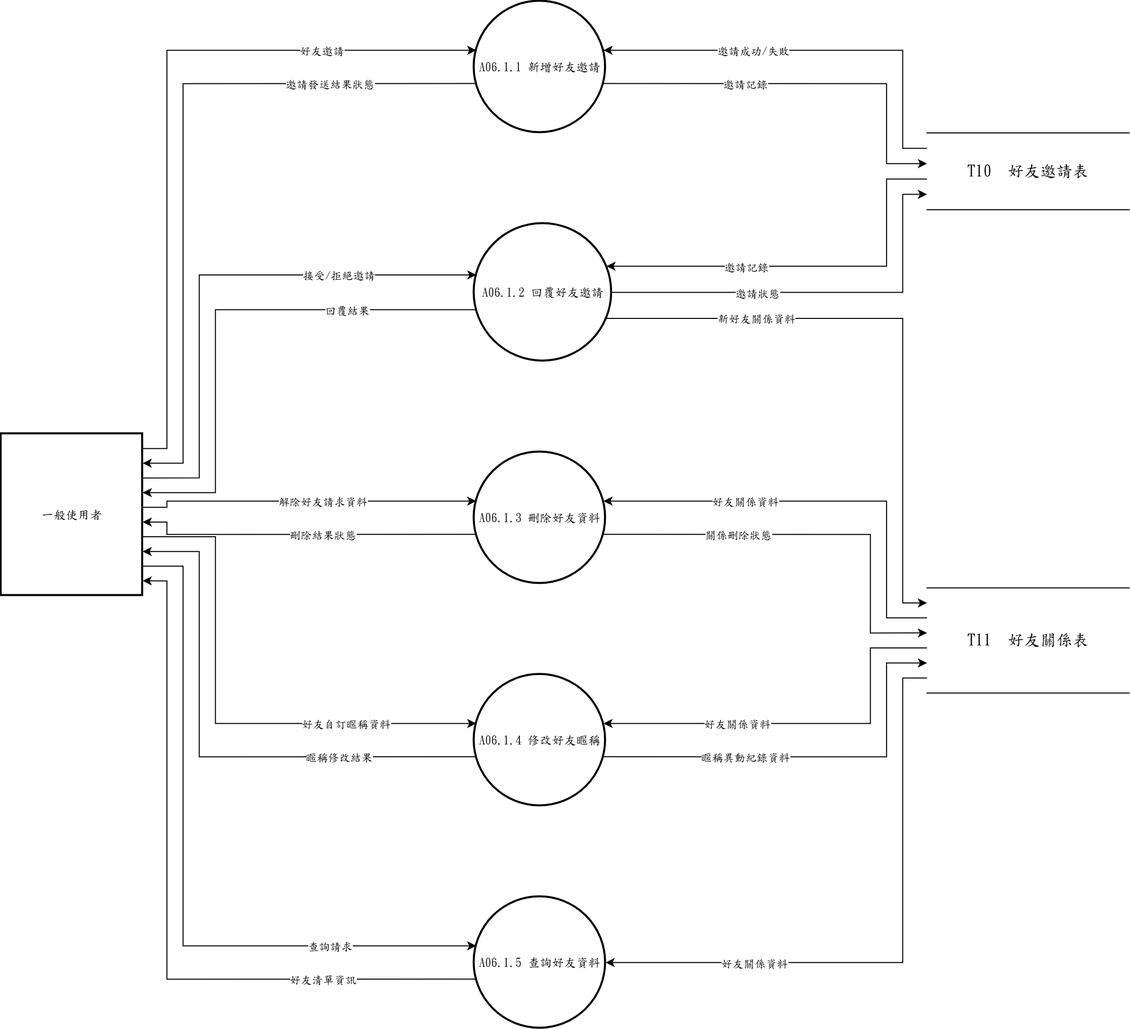
The draw.io diagram 系統文件/第6章/DFD圖/圖6/新/圖6-1.drawio.png in s22452007/115502, before a commit. Source tidied: cells renumbered, new cells last; positions are measured from the earlier drawing's top-left corner, leaving out a move shared by most shapes.
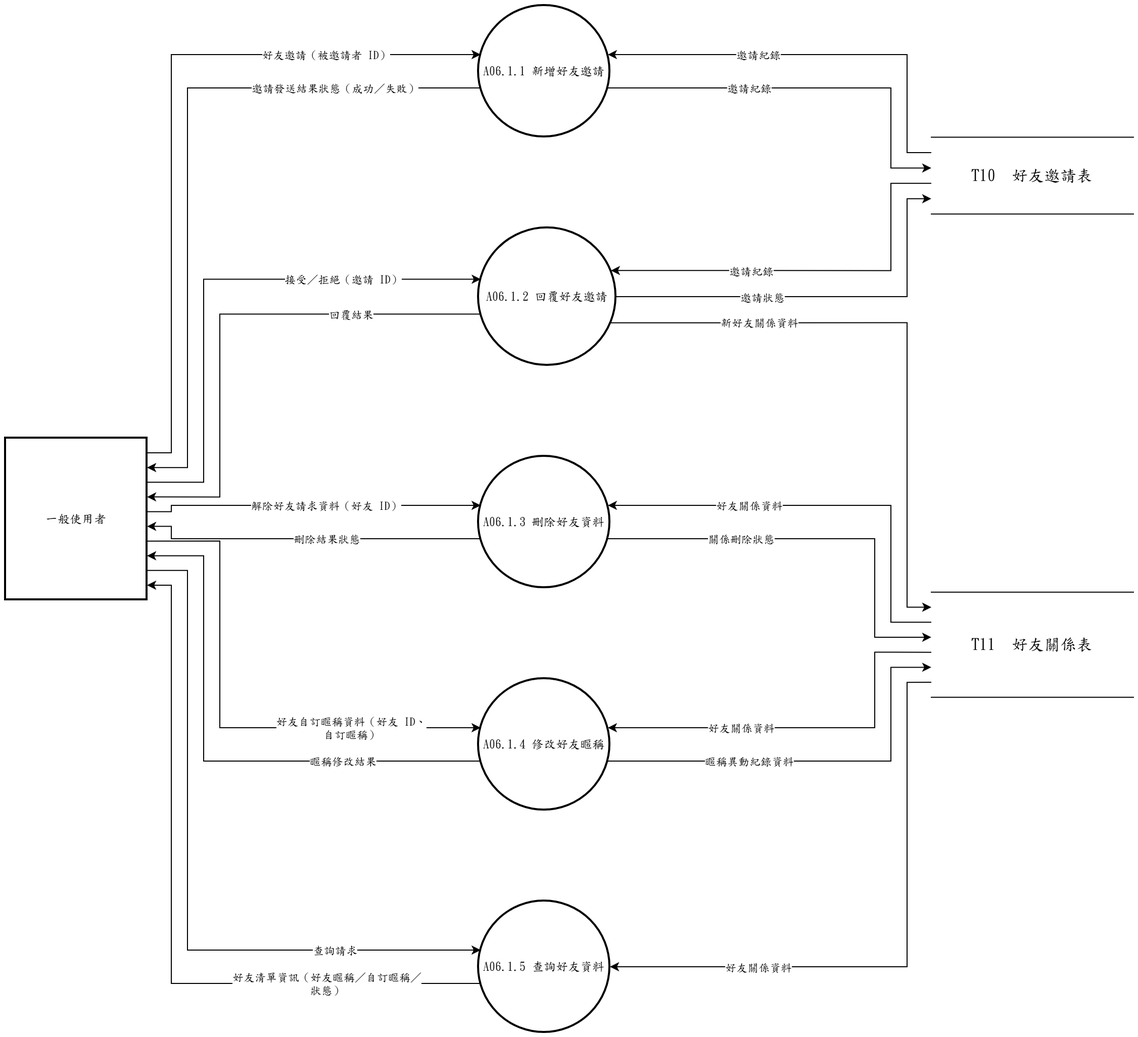
Above is the later version.

The edit, as a diff of the source:
```diff
@@ -34,7 +34,7 @@
         </Array>
       </mxGeometry>
     </mxCell>
-    <mxCell id="11" value="好友邀請" style="edgeLabel;html=1;align=center;verticalAlign=middle;fontFamily=標楷體;" parent="10" vertex="1">
+    <mxCell id="11" value="好友邀請（被邀請者 ID）" style="edgeLabel;html=1;align=center;verticalAlign=middle;fontFamily=標楷體;" parent="10" vertex="1">
       <mxGeometry x="0.58" relative="1" as="geometry" />
     </mxCell>
     <mxCell id="12" style="edgeStyle=none;rounded=0;html=1;fontFamily=標楷體;endArrow=classic;exitX=0.0000;exitY=0.2000;exitDx=0;exitDy=0;exitPerimeter=0;entryX=0.9837;entryY=0.3733;entryDx=0;entryDy=0;entryPerimeter=0;" parent="1" edge="1" source="8" target="2">
@@ -45,7 +45,7 @@
         </Array>
       </mxGeometry>
     </mxCell>
-    <mxCell id="13" value="邀請成功/失敗" style="edgeLabel;html=1;align=center;verticalAlign=middle;fontFamily=標楷體;" parent="12" vertex="1">
+    <mxCell id="13" value="邀請紀錄" style="edgeLabel;html=1;align=center;verticalAlign=middle;fontFamily=標楷體;" parent="12" vertex="1">
       <mxGeometry x="0.29" relative="1" as="geometry" />
     </mxCell>
     <mxCell id="14" style="edgeStyle=none;rounded=0;html=1;fontFamily=標楷體;endArrow=classic;exitX=0.0163;exitY=0.6267;exitDx=0;exitDy=0;exitPerimeter=0;entryX=1.0000;entryY=0.1818;entryDx=0;entryDy=0;entryPerimeter=0;" parent="1" edge="1" source="2" target="7">
@@ -56,7 +56,7 @@
         </Array>
       </mxGeometry>
     </mxCell>
-    <mxCell id="15" value="邀請發送結果狀態" style="edgeLabel;html=1;align=center;verticalAlign=middle;fontFamily=標楷體;" parent="14" vertex="1">
+    <mxCell id="15" value="邀請發送結果狀態（成功／失敗）" style="edgeLabel;html=1;align=center;verticalAlign=middle;fontFamily=標楷體;" parent="14" vertex="1">
       <mxGeometry x="-0.59" relative="1" as="geometry" />
     </mxCell>
     <mxCell id="16" style="edgeStyle=none;rounded=0;html=1;fontFamily=標楷體;endArrow=classic;exitX=0.9837;exitY=0.6267;exitDx=0;exitDy=0;exitPerimeter=0;entryX=0.0000;entryY=0.4000;entryDx=0;entryDy=0;entryPerimeter=0;" parent="1" edge="1" source="2" target="8">
@@ -67,7 +67,7 @@
         </Array>
       </mxGeometry>
     </mxCell>
-    <mxCell id="17" value="邀請記錄" style="edgeLabel;html=1;align=center;verticalAlign=middle;fontFamily=標楷體;" parent="16" vertex="1">
+    <mxCell id="17" value="邀請紀錄" style="edgeLabel;html=1;align=center;verticalAlign=middle;fontFamily=標楷體;" parent="16" vertex="1">
       <mxGeometry x="-0.3" relative="1" as="geometry" />
     </mxCell>
     <mxCell id="18" style="edgeStyle=none;rounded=0;html=1;fontFamily=標楷體;endArrow=classic;exitX=1.0000;exitY=0.2727;exitDx=0;exitDy=0;exitPerimeter=0;entryX=0.0163;entryY=0.3733;entryDx=0;entryDy=0;entryPerimeter=0;" parent="1" edge="1" source="7" target="3">
@@ -78,7 +78,7 @@
         </Array>
       </mxGeometry>
     </mxCell>
-    <mxCell id="19" value="接受/拒絕邀請" style="edgeLabel;html=1;align=center;verticalAlign=middle;fontFamily=標楷體;" parent="18" vertex="1">
+    <mxCell id="19" value="接受／拒絕（邀請 ID）" style="edgeLabel;html=1;align=center;verticalAlign=middle;fontFamily=標楷體;" parent="18" vertex="1">
       <mxGeometry x="0.48" relative="1" as="geometry" />
     </mxCell>
     <mxCell id="20" style="edgeStyle=none;rounded=0;html=1;fontFamily=標楷體;endArrow=classic;exitX=0.0000;exitY=0.6000;exitDx=0;exitDy=0;exitPerimeter=0;entryX=0.9625;entryY=0.3100;entryDx=0;entryDy=0;entryPerimeter=0;" parent="1" edge="1" source="8" target="3">
@@ -89,7 +89,7 @@
         </Array>
       </mxGeometry>
     </mxCell>
-    <mxCell id="21" value="邀請記錄" style="edgeLabel;html=1;align=center;verticalAlign=middle;fontFamily=標楷體;" parent="20" vertex="1">
+    <mxCell id="21" value="邀請紀錄" style="edgeLabel;html=1;align=center;verticalAlign=middle;fontFamily=標楷體;" parent="20" vertex="1">
       <mxGeometry x="0.31" relative="1" as="geometry" />
     </mxCell>
     <mxCell id="22" style="edgeStyle=none;rounded=0;html=1;fontFamily=標楷體;endArrow=classic;exitX=0.0163;exitY=0.6267;exitDx=0;exitDy=0;exitPerimeter=0;entryX=1.0000;entryY=0.3636;entryDx=0;entryDy=0;entryPerimeter=0;" parent="1" edge="1" source="3" target="7">
@@ -133,7 +133,7 @@
         </Array>
       </mxGeometry>
     </mxCell>
-    <mxCell id="29" value="解除好友請求資料" style="edgeLabel;html=1;align=center;verticalAlign=middle;fontFamily=標楷體;" parent="28" vertex="1">
+    <mxCell id="29" value="解除好友請求資料（好友 ID）" style="edgeLabel;html=1;align=center;verticalAlign=middle;fontFamily=標楷體;" parent="28" vertex="1">
       <mxGeometry x="0.09" relative="1" as="geometry" />
     </mxCell>
     <mxCell id="30" style="edgeStyle=none;rounded=0;html=1;fontFamily=標楷體;endArrow=classic;exitX=0.0000;exitY=0.2857;exitDx=0;exitDy=0;exitPerimeter=0;entryX=0.9837;entryY=0.3733;entryDx=0;entryDy=0;entryPerimeter=0;" parent="1" edge="1" source="9" target="4">
@@ -177,7 +177,7 @@
         </Array>
       </mxGeometry>
     </mxCell>
-    <mxCell id="37" value="好友自訂暱稱資料" style="edgeLabel;html=1;align=center;verticalAlign=middle;fontFamily=標楷體;" parent="36" vertex="1">
+    <mxCell id="37" value="好友自訂暱稱資料（好友 ID、&lt;br&gt;自訂暱稱）" style="edgeLabel;html=1;align=center;verticalAlign=middle;fontFamily=標楷體;" parent="36" vertex="1">
       <mxGeometry x="0.5" relative="1" as="geometry" />
     </mxCell>
     <mxCell id="38" style="edgeStyle=none;rounded=0;html=1;fontFamily=標楷體;endArrow=classic;exitX=0.0000;exitY=0.5714;exitDx=0;exitDy=0;exitPerimeter=0;entryX=0.9837;entryY=0.3733;entryDx=0;entryDy=0;entryPerimeter=0;" parent="1" edge="1" source="9" target="5">
@@ -243,7 +243,7 @@
         </Array>
       </mxGeometry>
     </mxCell>
-    <mxCell id="49" value="好友清單資訊" style="edgeLabel;html=1;align=center;verticalAlign=middle;fontFamily=標楷體;" parent="48" vertex="1">
+    <mxCell id="49" value="好友清單資訊（好友暱稱／自訂暱稱／&lt;br&gt;狀態）" style="edgeLabel;html=1;align=center;verticalAlign=middle;fontFamily=標楷體;" parent="48" vertex="1">
       <mxGeometry x="-0.58" relative="1" as="geometry" />
     </mxCell>
   </root>
```
